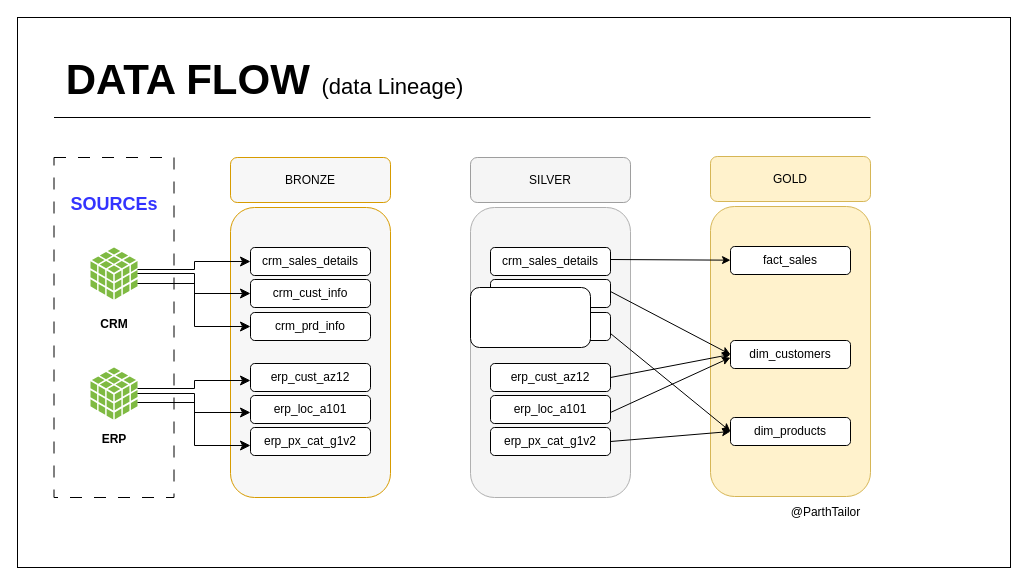
Parth77tech/Data-warehouse-Analytics keeps this draw.io diagram as docs/Dataflow.drawio. Above is the earlier version. Source tidied: cells renumbered, new cells numbered last; positions are measured from the earlier drawing's top-left corner, leaving out a move shared by most shapes. Both pictures are drawn from the tidied source at 100%, with x=0, y=0 at pixel (17, 17).
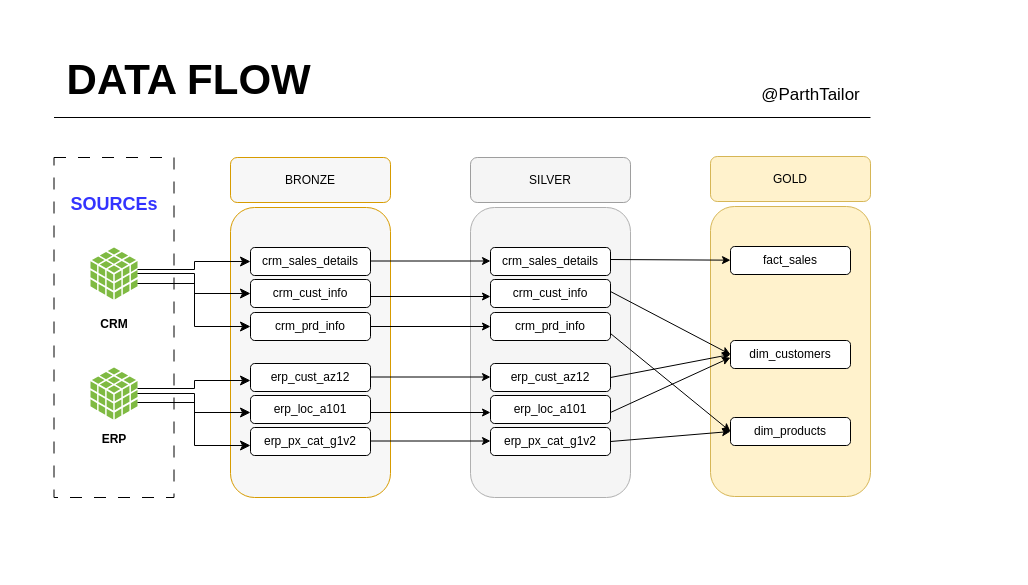
After the change.

Unchanged cells that the change refers to:
```xml
<mxCell id="12" value="crm_prd_info" style="rounded=1;whiteSpace=wrap;html=1;" parent="1" vertex="1">
  <mxGeometry x="233" y="295" width="120" height="28" as="geometry" />
</mxCell>
```

The edit, as a diff of the source:
```diff
@@
-    <mxCell id="45" value="&lt;b&gt;&lt;font style=&quot;font-size: 42px;&quot;&gt;DATA FLOW&amp;nbsp;&lt;/font&gt;&lt;/b&gt;&lt;font style=&quot;font-size: 22px;&quot;&gt;(data Lineage)&lt;/font&gt;" style="text;html=1;align=center;verticalAlign=middle;strokeColor=none;fillColor=none;" parent="1" vertex="1">
-      <mxGeometry x="36.5" y="33" width="420" height="60" as="geometry" />
+    <mxCell id="45" value="&lt;b&gt;&lt;font style=&quot;font-size: 42px;&quot;&gt;DATA FLOW&amp;nbsp;&lt;/font&gt;&lt;/b&gt;" style="text;html=1;align=center;verticalAlign=middle;strokeColor=none;fillColor=none;" parent="1" vertex="1">
+      <mxGeometry x="36.5" y="33" width="280" height="60" as="geometry" />
     </mxCell>
-    <mxCell id="46" value="@ParthTailor" style="text;html=1;align=center;verticalAlign=middle;strokeColor=none;fillColor=none;" parent="1" vertex="1">
-      <mxGeometry x="763" y="480" width="90" height="30" as="geometry" />
+    <mxCell id="46" value="&lt;font style=&quot;font-size: 17px;&quot;&gt;@ParthTailor&lt;/font&gt;" style="text;html=1;align=center;verticalAlign=middle;strokeColor=none;fillColor=none;" parent="1" vertex="1">
+      <mxGeometry x="733" y="63" width="120" height="30" as="geometry" />
     </mxCell>
-    <mxCell id="47" style="rounded=1;whiteSpace=wrap;html=1;" parent="1" vertex="1">
-      <mxGeometry x="453" y="270" width="120" height="60" as="geometry" />
-    </mxCell>
-    <mxCell id="48" style="rounded=0;whiteSpace=wrap;html=1;fillColor=none;" parent="1" vertex="1">
-      <mxGeometry width="993" height="550" as="geometry" />
-    </mxCell>
+    <mxCell id="49" style="endArrow=classic;html=1;rounded=0;exitX=1;exitY=0.5;exitDx=0;exitDy=0;" parent="1" edge="1" source="12">
+      <mxGeometry relative="1" as="geometry">
+        <mxPoint x="473" y="309" as="targetPoint" />
+      </mxGeometry>
+    </mxCell>
+    <mxCell id="50" style="endArrow=classic;html=1;rounded=0;exitX=1;exitY=0.5;exitDx=0;exitDy=0;" parent="1" edge="1">
+      <mxGeometry relative="1" as="geometry">
+        <mxPoint x="353" y="279" as="sourcePoint" />
+        <mxPoint x="473" y="279" as="targetPoint" />
+      </mxGeometry>
+    </mxCell>
+    <mxCell id="51" style="endArrow=classic;html=1;rounded=0;exitX=1;exitY=0.5;exitDx=0;exitDy=0;" parent="1" edge="1">
+      <mxGeometry relative="1" as="geometry">
+        <mxPoint x="353" y="243.5" as="sourcePoint" />
+        <mxPoint x="473" y="243.5" as="targetPoint" />
+      </mxGeometry>
+    </mxCell>
+    <mxCell id="52" style="endArrow=classic;html=1;rounded=0;exitX=1;exitY=0.5;exitDx=0;exitDy=0;" parent="1" edge="1">
+      <mxGeometry relative="1" as="geometry">
+        <mxPoint x="353" y="359.5" as="sourcePoint" />
+        <mxPoint x="473" y="359.5" as="targetPoint" />
+      </mxGeometry>
+    </mxCell>
+    <mxCell id="53" style="endArrow=classic;html=1;rounded=0;exitX=1;exitY=0.5;exitDx=0;exitDy=0;" parent="1" edge="1">
+      <mxGeometry relative="1" as="geometry">
+        <mxPoint x="353" y="395" as="sourcePoint" />
+        <mxPoint x="473" y="395" as="targetPoint" />
+      </mxGeometry>
+    </mxCell>
+    <mxCell id="54" style="endArrow=classic;html=1;rounded=0;exitX=1;exitY=0.5;exitDx=0;exitDy=0;" parent="1" edge="1">
+      <mxGeometry relative="1" as="geometry">
+        <mxPoint x="353" y="423.5" as="sourcePoint" />
+        <mxPoint x="473" y="423.5" as="targetPoint" />
+      </mxGeometry>
+    </mxCell>
```
